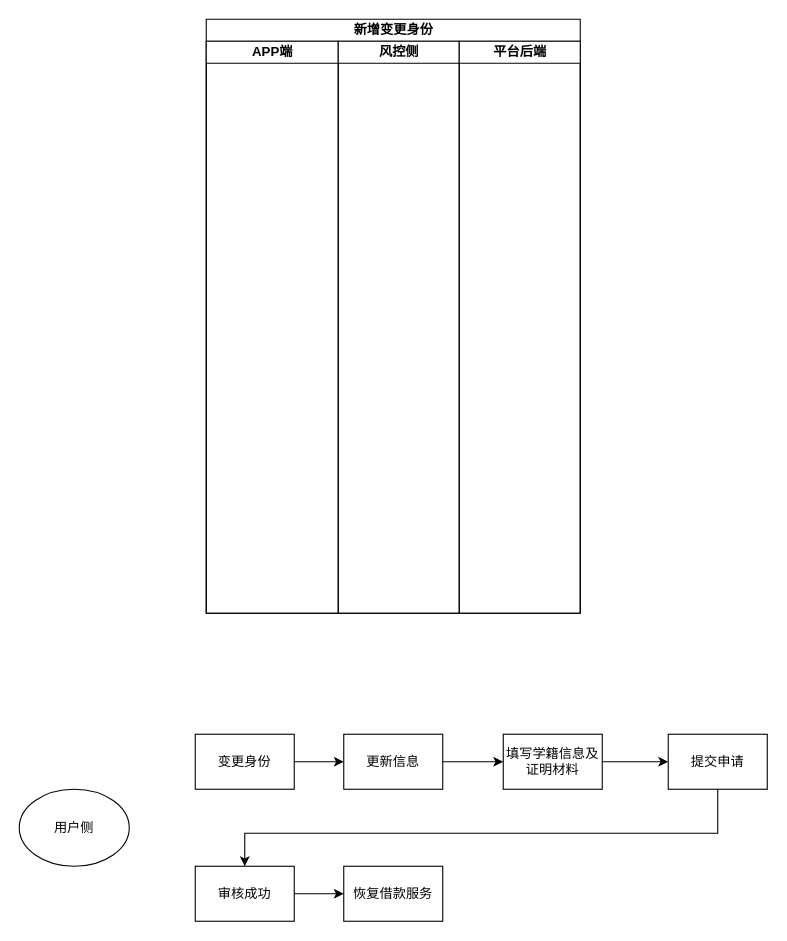
Above: page "Page-1" (1 of 2) of studentModle.drawio in CaoLimingECJTU/gitskills (draw.io), before the change. Source tidied: cells renumbered, new cells numbered last; positions are measured from the earlier drawing's top-left corner, leaving out a move shared by most shapes. Both pictures are drawn from the tidied source at 110%, with x=0, y=0 at pixel (19, 19).
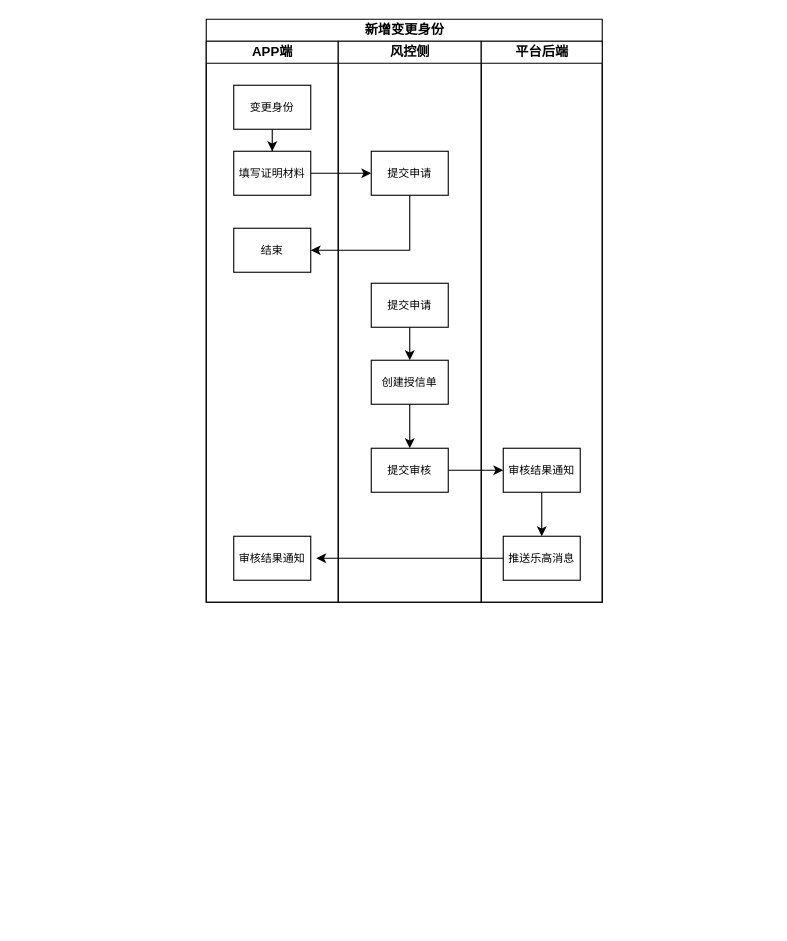
The same diagram, later.

What changed in the source:
```diff
@@
     <mxCell id="2" value="新增变更身份" style="swimlane;html=1;startSize=20;" parent="1" vertex="1">
-      <mxGeometry x="170" width="340" height="540" as="geometry" />
+      <mxGeometry x="170" width="360" height="530" as="geometry" />
     </mxCell>
     <mxCell id="3" value="APP端" style="swimlane;html=1;startSize=20;" parent="2" vertex="1">
-      <mxGeometry y="20" width="120" height="520" as="geometry" />
+      <mxGeometry y="20" width="120" height="510" as="geometry" />
     </mxCell>
+    <mxCell id="18" style="edgeStyle=orthogonalEdgeStyle;rounded=0;jettySize=auto;html=1;entryX=0.5;entryY=0;entryDx=0;entryDy=0;" parent="3" edge="1" source="8" target="19">
+      <mxGeometry relative="1" as="geometry" />
+    </mxCell>
+    <mxCell id="8" value="&lt;font style=&quot;font-size: 10px&quot;&gt;变更身份&lt;/font&gt;" style="rounded=0;whiteSpace=wrap;html=1;" parent="3" vertex="1">
+      <mxGeometry x="25" y="40" width="70" height="40" as="geometry" />
+    </mxCell>
+    <mxCell id="19" value="&lt;font style=&quot;font-size: 10px&quot;&gt;填写证明材料&lt;/font&gt;" style="rounded=0;whiteSpace=wrap;html=1;" parent="3" vertex="1">
+      <mxGeometry x="25" y="100" width="70" height="40" as="geometry" />
+    </mxCell>
+    <mxCell id="20" value="&lt;font style=&quot;font-size: 10px&quot;&gt;审核结果通知&lt;/font&gt;" style="rounded=0;whiteSpace=wrap;html=1;" parent="3" vertex="1">
+      <mxGeometry x="25" y="450" width="70" height="40" as="geometry" />
+    </mxCell>
+    <mxCell id="21" value="&lt;font style=&quot;font-size: 10px&quot;&gt;结束&lt;/font&gt;" style="rounded=0;whiteSpace=wrap;html=1;" parent="3" vertex="1">
+      <mxGeometry x="25" y="170" width="70" height="40" as="geometry" />
+    </mxCell>
+    <mxCell id="22" style="edgeStyle=orthogonalEdgeStyle;rounded=0;jettySize=auto;html=1;entryX=0;entryY=0.5;entryDx=0;entryDy=0;" parent="2" edge="1" source="27" target="30">
+      <mxGeometry relative="1" as="geometry" />
+    </mxCell>
     <mxCell id="4" value="风控侧" style="swimlane;html=1;startSize=20;" parent="2" vertex="1">
-      <mxGeometry x="120" y="20" width="110" height="520" as="geometry" />
+      <mxGeometry x="120" y="20" width="130" height="510" as="geometry" />
     </mxCell>
+    <mxCell id="23" style="edgeStyle=orthogonalEdgeStyle;rounded=0;jettySize=auto;html=1;entryX=0.5;entryY=0;entryDx=0;entryDy=0;" parent="4" edge="1" source="24" target="26">
+      <mxGeometry relative="1" as="geometry" />
+    </mxCell>
+    <mxCell id="24" value="&lt;font style=&quot;font-size: 10px&quot;&gt;提交申请&lt;/font&gt;" style="rounded=0;whiteSpace=wrap;html=1;" parent="4" vertex="1">
+      <mxGeometry x="30" y="220" width="70" height="40" as="geometry" />
+    </mxCell>
+    <mxCell id="25" style="edgeStyle=orthogonalEdgeStyle;rounded=0;jettySize=auto;html=1;entryX=0.5;entryY=0;entryDx=0;entryDy=0;" parent="4" edge="1" source="26" target="27">
+      <mxGeometry relative="1" as="geometry" />
+    </mxCell>
+    <mxCell id="26" value="&lt;font style=&quot;font-size: 10px&quot;&gt;创建授信单&lt;/font&gt;" style="rounded=0;whiteSpace=wrap;html=1;" parent="4" vertex="1">
+      <mxGeometry x="30" y="290" width="70" height="40" as="geometry" />
+    </mxCell>
+    <mxCell id="27" value="&lt;font style=&quot;font-size: 10px&quot;&gt;提交审核&lt;/font&gt;" style="rounded=0;whiteSpace=wrap;html=1;" parent="4" vertex="1">
+      <mxGeometry x="30" y="370" width="70" height="40" as="geometry" />
+    </mxCell>
+    <mxCell id="28" value="&lt;font style=&quot;font-size: 10px&quot;&gt;提交申请&lt;/font&gt;" style="rounded=0;whiteSpace=wrap;html=1;" parent="4" vertex="1">
+      <mxGeometry x="30" y="100" width="70" height="40" as="geometry" />
+    </mxCell>
-    <mxCell id="5" value="平台后端" style="swimlane;html=1;startSize=20;" parent="2" vertex="1">
-      <mxGeometry x="230" y="20" width="110" height="520" as="geometry" />
+    <mxCell id="5" value="平台后端" style="swimlane;html=1;startSize=20;strokeWidth=1;" parent="2" vertex="1">
+      <mxGeometry x="250" y="20" width="110" height="510" as="geometry" />
     </mxCell>
-    <mxCell id="6" value="用户侧" style="ellipse;whiteSpace=wrap;html=1;" parent="1" vertex="1">
-      <mxGeometry y="700" width="100" height="70" as="geometry" />
-    </mxCell>
-    <mxCell id="7" style="edgeStyle=orthogonalEdgeStyle;rounded=0;jettySize=auto;html=1;exitX=1;exitY=0.5;exitDx=0;exitDy=0;" parent="1" edge="1" source="8" target="10">
-      <mxGeometry relative="1" as="geometry" />
-    </mxCell>
-    <mxCell id="8" value="变更身份" style="rounded=0;whiteSpace=wrap;html=1;" parent="1" vertex="1">
-      <mxGeometry x="160" y="650" width="90" height="50" as="geometry" />
-    </mxCell>
-    <mxCell id="9" style="edgeStyle=orthogonalEdgeStyle;rounded=0;jettySize=auto;html=1;entryX=0;entryY=0.5;entryDx=0;entryDy=0;" parent="1" edge="1" source="10" target="12">
-      <mxGeometry relative="1" as="geometry" />
-    </mxCell>
-    <mxCell id="10" value="更新信息" style="rounded=0;whiteSpace=wrap;html=1;" parent="1" vertex="1">
-      <mxGeometry x="295" y="650" width="90" height="50" as="geometry" />
-    </mxCell>
-    <mxCell id="11" style="edgeStyle=orthogonalEdgeStyle;rounded=0;jettySize=auto;html=1;entryX=0;entryY=0.5;entryDx=0;entryDy=0;" parent="1" edge="1" source="12" target="14">
-      <mxGeometry relative="1" as="geometry" />
-    </mxCell>
-    <mxCell id="12" value="填写学籍信息及证明材料" style="rounded=0;whiteSpace=wrap;html=1;" parent="1" vertex="1">
-      <mxGeometry x="440" y="650" width="90" height="50" as="geometry" />
-    </mxCell>
-    <mxCell id="13" style="edgeStyle=orthogonalEdgeStyle;rounded=0;jettySize=auto;html=1;" parent="1" edge="1" source="14" target="16">
-      <mxGeometry relative="1" as="geometry">
-        <Array as="points">
-          <mxPoint x="635" y="740" />
-          <mxPoint x="205" y="740" />
-        </Array>
-      </mxGeometry>
-    </mxCell>
-    <mxCell id="14" value="提交申请" style="rounded=0;whiteSpace=wrap;html=1;" parent="1" vertex="1">
-      <mxGeometry x="590" y="650" width="90" height="50" as="geometry" />
-    </mxCell>
-    <mxCell id="15" style="edgeStyle=orthogonalEdgeStyle;rounded=0;jettySize=auto;html=1;entryX=0;entryY=0.5;entryDx=0;entryDy=0;" parent="1" edge="1" source="16" target="17">
-      <mxGeometry relative="1" as="geometry" />
-    </mxCell>
-    <mxCell id="16" value="审核成功" style="rounded=0;whiteSpace=wrap;html=1;" parent="1" vertex="1">
-      <mxGeometry x="160" y="770" width="90" height="50" as="geometry" />
-    </mxCell>
-    <mxCell id="17" value="恢复借款服务" style="rounded=0;whiteSpace=wrap;html=1;" parent="1" vertex="1">
-      <mxGeometry x="295" y="770" width="90" height="50" as="geometry" />
-    </mxCell>
+    <mxCell id="29" style="edgeStyle=orthogonalEdgeStyle;rounded=0;jettySize=auto;html=1;entryX=0.5;entryY=0;entryDx=0;entryDy=0;" parent="5" edge="1" source="30" target="31">
+      <mxGeometry relative="1" as="geometry" />
+    </mxCell>
+    <mxCell id="30" value="&lt;font style=&quot;font-size: 10px&quot;&gt;审核结果通知&lt;/font&gt;" style="rounded=0;whiteSpace=wrap;html=1;" parent="5" vertex="1">
+      <mxGeometry x="20" y="370" width="70" height="40" as="geometry" />
+    </mxCell>
+    <mxCell id="31" value="&lt;font style=&quot;font-size: 10px&quot;&gt;推送乐高消息&lt;/font&gt;" style="rounded=0;whiteSpace=wrap;html=1;" parent="5" vertex="1">
+      <mxGeometry x="20" y="450" width="70" height="40" as="geometry" />
+    </mxCell>
+    <mxCell id="32" style="edgeStyle=orthogonalEdgeStyle;rounded=0;jettySize=auto;html=1;entryX=0;entryY=0.5;entryDx=0;entryDy=0;" parent="2" edge="1" source="19" target="28">
+      <mxGeometry relative="1" as="geometry" />
+    </mxCell>
+    <mxCell id="33" style="edgeStyle=orthogonalEdgeStyle;rounded=0;jettySize=auto;html=1;entryX=1;entryY=0.5;entryDx=0;entryDy=0;" parent="2" edge="1" source="28" target="21">
+      <mxGeometry relative="1" as="geometry">
+        <Array as="points">
+          <mxPoint x="185" y="210" />
+        </Array>
+      </mxGeometry>
+    </mxCell>
+    <mxCell id="34" style="edgeStyle=orthogonalEdgeStyle;rounded=0;jettySize=auto;html=1;" parent="1" edge="1" source="31">
+      <mxGeometry relative="1" as="geometry">
+        <mxPoint x="270" y="490" as="targetPoint" />
+      </mxGeometry>
+    </mxCell>
```
